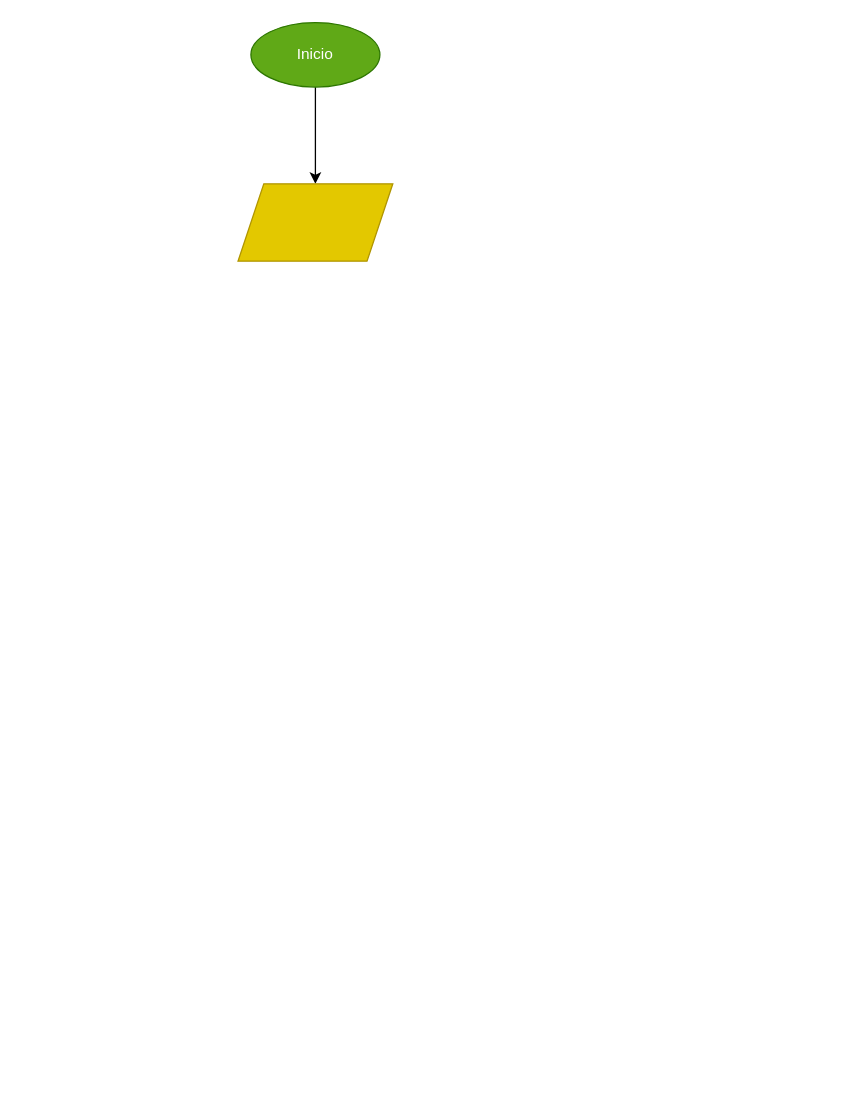
Paugs09/bimestral_periodo2 keeps this draw.io diagram as diagrama_c2.drawio. Above is the earlier version. Source tidied: cells renumbered, new cells numbered last; positions are measured from the earlier drawing's top-left corner, leaving out a move shared by most shapes. Both pictures are drawn from the tidied source at 129%, with x=0, y=0 at pixel (237, 22).
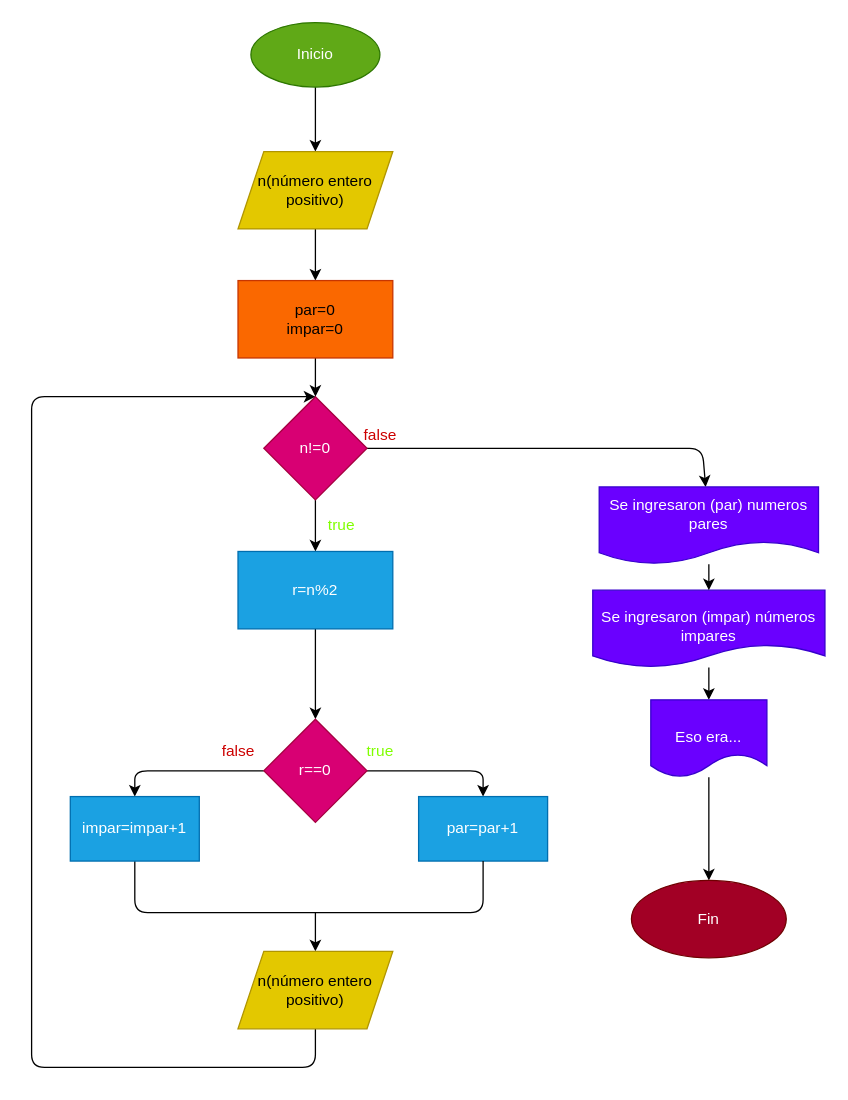
After the change.

Commit message (it also covers changes not shown here):
Desarrollo diagramas

Diff of the diagram source:
```diff
@@
+    <mxCell id="5" style="edgeStyle=none;html=1;" parent="1" edge="1" source="4" target="7">
+      <mxGeometry relative="1" as="geometry" />
+    </mxCell>
-    <mxCell id="4" style="shape=parallelogram;perimeter=parallelogramPerimeter;whiteSpace=wrap;html=1;fixedSize=1;fillColor=#e3c800;strokeColor=#B09500;fontColor=#000000;" parent="1" vertex="1">
-      <mxGeometry y="125" width="120" height="60" as="geometry" />
+    <mxCell id="4" value="n(número entero positivo)" style="shape=parallelogram;perimeter=parallelogramPerimeter;whiteSpace=wrap;html=1;fixedSize=1;fillColor=#e3c800;strokeColor=#B09500;fontColor=#000000;" parent="1" vertex="1">
+      <mxGeometry y="100" width="120" height="60" as="geometry" />
     </mxCell>
+    <mxCell id="6" style="edgeStyle=none;html=1;" parent="1" edge="1" source="7" target="10">
+      <mxGeometry relative="1" as="geometry" />
+    </mxCell>
+    <mxCell id="7" value="par=0&lt;br&gt;impar=0" style="whiteSpace=wrap;html=1;fillColor=#fa6800;strokeColor=#C73500;fontColor=#000000;" parent="1" vertex="1">
+      <mxGeometry y="200" width="120" height="60" as="geometry" />
+    </mxCell>
+    <mxCell id="8" style="edgeStyle=none;html=1;" parent="1" edge="1" source="10" target="12">
+      <mxGeometry relative="1" as="geometry" />
+    </mxCell>
+    <mxCell id="9" style="edgeStyle=none;html=1;startArrow=none;startFill=0;endArrow=classic;endFill=1;" parent="1" edge="1" source="10" target="25">
+      <mxGeometry relative="1" as="geometry">
+        <Array as="points">
+          <mxPoint x="360" y="330" />
+        </Array>
+      </mxGeometry>
+    </mxCell>
+    <mxCell id="10" value="n!=0" style="rhombus;whiteSpace=wrap;html=1;fillColor=#d80073;strokeColor=#A50040;fontColor=#ffffff;" parent="1" vertex="1">
+      <mxGeometry x="20" y="290" width="80" height="80" as="geometry" />
+    </mxCell>
+    <mxCell id="11" style="edgeStyle=none;html=1;" parent="1" edge="1" source="12" target="15">
+      <mxGeometry relative="1" as="geometry" />
+    </mxCell>
+    <mxCell id="12" value="r=n%2" style="whiteSpace=wrap;html=1;fillColor=#1ba1e2;strokeColor=#006EAF;fontColor=#ffffff;" parent="1" vertex="1">
+      <mxGeometry y="410" width="120" height="60" as="geometry" />
+    </mxCell>
+    <mxCell id="13" style="edgeStyle=none;html=1;" parent="1" edge="1" source="15" target="16">
+      <mxGeometry relative="1" as="geometry">
+        <Array as="points">
+          <mxPoint x="190" y="580" />
+        </Array>
+      </mxGeometry>
+    </mxCell>
+    <mxCell id="14" style="edgeStyle=none;html=1;" parent="1" edge="1" source="15" target="18">
+      <mxGeometry relative="1" as="geometry">
+        <Array as="points">
+          <mxPoint x="-80" y="580" />
+        </Array>
+      </mxGeometry>
+    </mxCell>
+    <mxCell id="15" value="r==0" style="rhombus;whiteSpace=wrap;html=1;fillColor=#d80073;strokeColor=#A50040;fontColor=#ffffff;" parent="1" vertex="1">
+      <mxGeometry x="20" y="540" width="80" height="80" as="geometry" />
+    </mxCell>
+    <mxCell id="16" value="par=par+1" style="whiteSpace=wrap;html=1;fillColor=#1ba1e2;fontColor=#ffffff;strokeColor=#006EAF;" parent="1" vertex="1">
+      <mxGeometry x="140" y="600" width="100" height="50" as="geometry" />
+    </mxCell>
+    <mxCell id="17" style="edgeStyle=none;html=1;endArrow=none;endFill=0;" parent="1" edge="1" source="18" target="16">
+      <mxGeometry relative="1" as="geometry">
+        <Array as="points">
+          <mxPoint x="-80" y="690" />
+          <mxPoint x="60" y="690" />
+          <mxPoint x="190" y="690" />
+        </Array>
+      </mxGeometry>
+    </mxCell>
+    <mxCell id="18" value="impar=impar+1" style="whiteSpace=wrap;html=1;fillColor=#1ba1e2;fontColor=#ffffff;strokeColor=#006EAF;" parent="1" vertex="1">
+      <mxGeometry x="-130" y="600" width="100" height="50" as="geometry" />
+    </mxCell>
+    <mxCell id="19" style="edgeStyle=none;html=1;startArrow=classic;startFill=1;endArrow=none;endFill=0;" parent="1" edge="1" source="21">
+      <mxGeometry relative="1" as="geometry">
+        <mxPoint x="60" y="690" as="targetPoint" />
+      </mxGeometry>
+    </mxCell>
+    <mxCell id="20" style="edgeStyle=none;html=1;startArrow=none;startFill=0;endArrow=classic;endFill=1;exitX=0.5;exitY=1;exitDx=0;exitDy=0;entryX=0.5;entryY=0;entryDx=0;entryDy=0;" parent="1" edge="1" source="21" target="10">
+      <mxGeometry relative="1" as="geometry">
+        <Array as="points">
+          <mxPoint x="60" y="810" />
+          <mxPoint x="-160" y="810" />
+          <mxPoint x="-160" y="550" />
+          <mxPoint x="-160" y="290" />
+        </Array>
+      </mxGeometry>
+    </mxCell>
+    <mxCell id="21" value="n(número entero positivo)" style="shape=parallelogram;perimeter=parallelogramPerimeter;whiteSpace=wrap;html=1;fixedSize=1;fillColor=#e3c800;strokeColor=#B09500;fontColor=#000000;" parent="1" vertex="1">
+      <mxGeometry y="720" width="120" height="60" as="geometry" />
+    </mxCell>
+    <mxCell id="22" style="edgeStyle=none;html=1;startArrow=none;startFill=0;endArrow=classic;endFill=1;" parent="1" edge="1" source="23" target="27">
+      <mxGeometry relative="1" as="geometry" />
+    </mxCell>
+    <mxCell id="23" value="&lt;br&gt;Se ingresaron (impar) números impares" style="shape=document;whiteSpace=wrap;html=1;boundedLbl=1;fillColor=#6a00ff;fontColor=#ffffff;strokeColor=#3700CC;" parent="1" vertex="1">
+      <mxGeometry x="275" y="440" width="180" height="60" as="geometry" />
+    </mxCell>
+    <mxCell id="24" style="edgeStyle=none;html=1;startArrow=none;startFill=0;endArrow=classic;endFill=1;" parent="1" edge="1" source="25" target="23">
+      <mxGeometry relative="1" as="geometry" />
+    </mxCell>
+    <mxCell id="25" value="Se ingresaron (par) numeros pares" style="shape=document;whiteSpace=wrap;html=1;boundedLbl=1;fillColor=#6a00ff;fontColor=#ffffff;strokeColor=#3700CC;" parent="1" vertex="1">
+      <mxGeometry x="280" y="360" width="170" height="60" as="geometry" />
+    </mxCell>
+    <mxCell id="26" style="edgeStyle=none;html=1;startArrow=none;startFill=0;endArrow=classic;endFill=1;" parent="1" edge="1" source="27" target="28">
+      <mxGeometry relative="1" as="geometry" />
+    </mxCell>
+    <mxCell id="27" value="&lt;br&gt;Eso era..." style="shape=document;whiteSpace=wrap;html=1;boundedLbl=1;fillColor=#6a00ff;fontColor=#ffffff;strokeColor=#3700CC;" parent="1" vertex="1">
+      <mxGeometry x="320" y="525" width="90" height="60" as="geometry" />
+    </mxCell>
+    <mxCell id="28" value="Fin" style="ellipse;whiteSpace=wrap;html=1;fillColor=#a20025;strokeColor=#6F0000;fontColor=#ffffff;" parent="1" vertex="1">
+      <mxGeometry x="305" y="665" width="120" height="60" as="geometry" />
+    </mxCell>
+    <mxCell id="29" value="false" style="text;html=1;align=center;verticalAlign=middle;strokeColor=none;fillColor=none;fontColor=#CC0000;" parent="1" vertex="1">
+      <mxGeometry x="90" y="310" width="40" height="20" as="geometry" />
+    </mxCell>
+    <mxCell id="30" value="true" style="text;html=1;align=center;verticalAlign=middle;strokeColor=none;fillColor=none;fontColor=#80FF00;" parent="1" vertex="1">
+      <mxGeometry x="60" y="380" width="40" height="20" as="geometry" />
+    </mxCell>
+    <mxCell id="31" value="true" style="text;html=1;align=center;verticalAlign=middle;strokeColor=none;fillColor=none;fontColor=#80FF00;" parent="1" vertex="1">
+      <mxGeometry x="90" y="555" width="40" height="20" as="geometry" />
+    </mxCell>
+    <mxCell id="32" value="false" style="text;html=1;align=center;verticalAlign=middle;strokeColor=none;fillColor=none;fontColor=#CC0000;" parent="1" vertex="1">
+      <mxGeometry x="-20" y="555" width="40" height="20" as="geometry" />
+    </mxCell>
```
